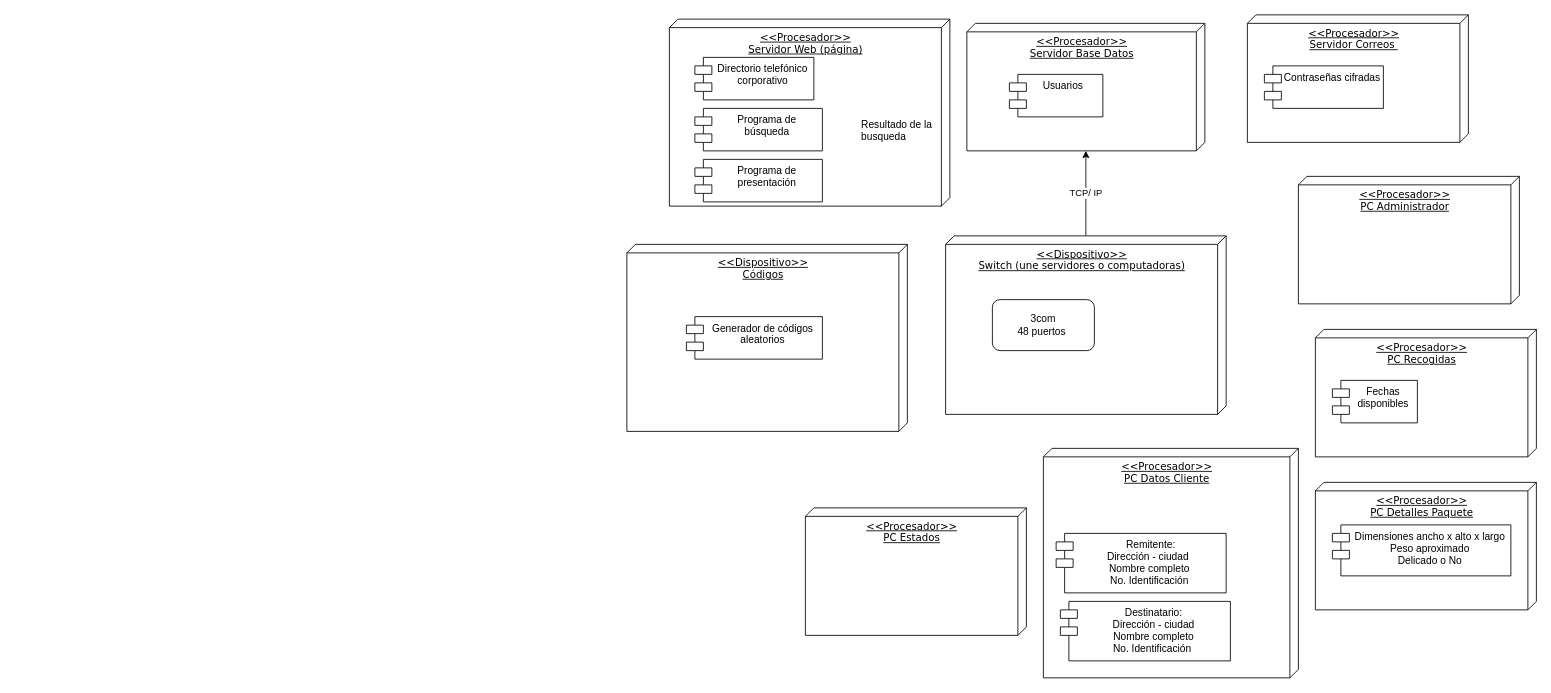
Above: Diagrama despliegue.drawio in Jeimy121/RecogidaDePaquetes (draw.io), before the change. Source tidied: cells renumbered, new cells numbered last; positions are measured from the earlier drawing's top-left corner, leaving out a move shared by most shapes. Both pictures are drawn from the tidied source at 85%, with x=0, y=0 at pixel (626, 14).
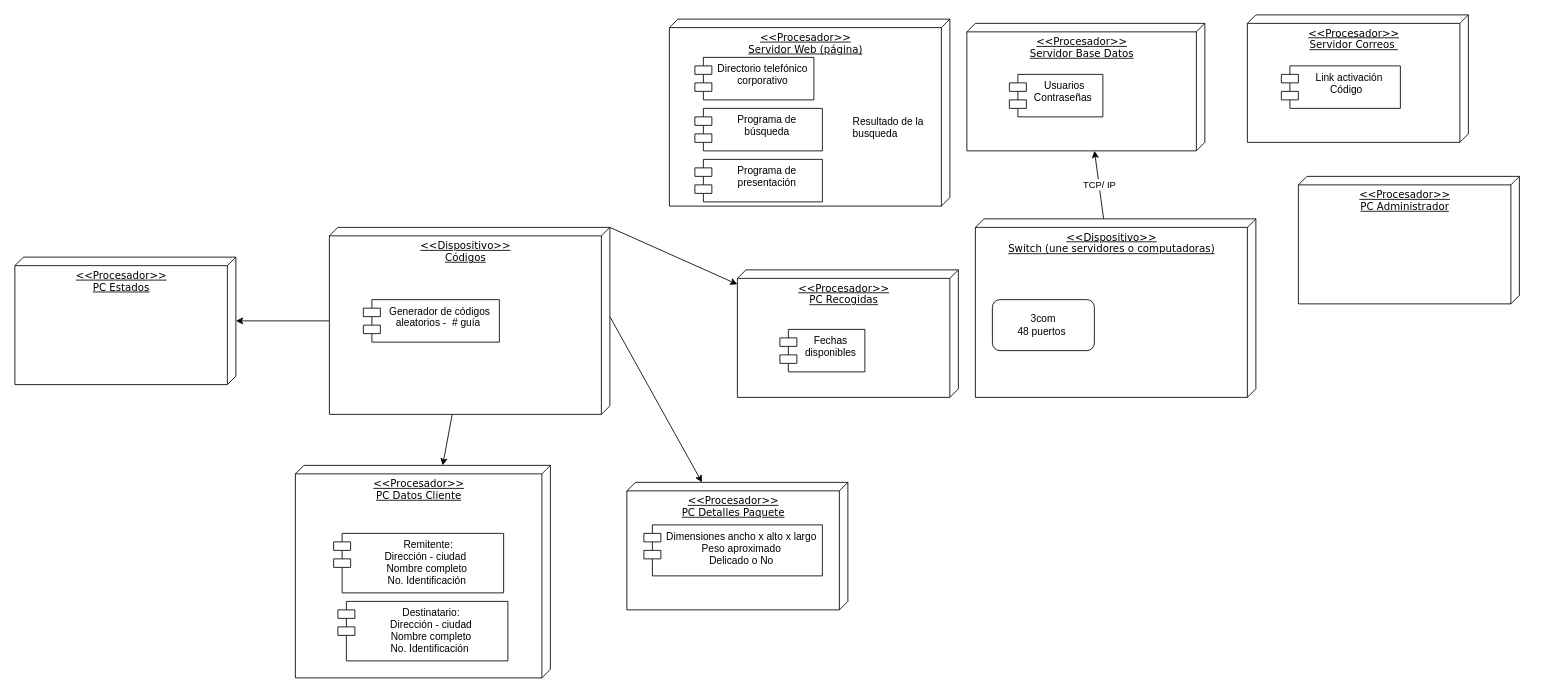
The same page after the edit.

Change to the diagram source:
```diff
@@
     <mxCell id="3" value="&amp;lt;&amp;lt;Dispositivo&amp;gt;&amp;gt;&lt;br&gt;Switch (une servidores o computadoras)" style="verticalAlign=top;align=center;spacingTop=8;spacingLeft=2;spacingRight=12;shape=cube;size=10;direction=south;fontStyle=4;html=1;rounded=0;shadow=0;comic=0;labelBackgroundColor=none;strokeWidth=1;fontFamily=Verdana;fontSize=12;" parent="1" vertex="1">
-      <mxGeometry x="375" y="260" width="330" height="210" as="geometry" />
+      <mxGeometry x="410" y="240" width="330" height="210" as="geometry" />
     </mxCell>
@@
     <mxCell id="7" value="&amp;lt;&amp;lt;Procesador&amp;gt;&amp;gt;&lt;br&gt;PC Recogidas" style="verticalAlign=top;align=center;spacingTop=8;spacingLeft=2;spacingRight=12;shape=cube;size=10;direction=south;fontStyle=4;html=1;rounded=0;shadow=0;comic=0;labelBackgroundColor=none;strokeWidth=1;fontFamily=Verdana;fontSize=12;" parent="1" vertex="1">
-      <mxGeometry x="810" y="370" width="260" height="150" as="geometry" />
+      <mxGeometry x="130" y="300" width="260" height="150" as="geometry" />
     </mxCell>
@@
     <mxCell id="9" value="&amp;lt;&amp;lt;Procesador&amp;gt;&amp;gt;&lt;br&gt;PC Detalles Paquete&lt;br&gt;" style="verticalAlign=top;align=center;spacingTop=8;spacingLeft=2;spacingRight=12;shape=cube;size=10;direction=south;fontStyle=4;html=1;rounded=0;shadow=0;comic=0;labelBackgroundColor=none;strokeWidth=1;fontFamily=Verdana;fontSize=12;" parent="1" vertex="1">
-      <mxGeometry x="810" y="550" width="260" height="150" as="geometry" />
+      <mxGeometry y="550" width="260" height="150" as="geometry" />
     </mxCell>
+    <mxCell id="25" style="edgeStyle=none;rounded=0;jettySize=auto;html=1;" parent="1" edge="1" source="10" target="12">
+      <mxGeometry relative="1" as="geometry" />
+    </mxCell>
+    <mxCell id="26" style="edgeStyle=none;rounded=0;jettySize=auto;html=1;exitX=0;exitY=0;exitDx=105;exitDy=0;exitPerimeter=0;" parent="1" edge="1" source="10" target="9">
+      <mxGeometry relative="1" as="geometry" />
+    </mxCell>
+    <mxCell id="27" style="edgeStyle=none;rounded=0;jettySize=auto;html=1;exitX=0;exitY=0;exitDx=0;exitDy=0;exitPerimeter=0;" parent="1" edge="1" source="10" target="7">
+      <mxGeometry relative="1" as="geometry" />
+    </mxCell>
+    <mxCell id="28" style="edgeStyle=none;rounded=0;jettySize=auto;html=1;" parent="1" edge="1" source="10" target="13">
+      <mxGeometry relative="1" as="geometry" />
+    </mxCell>
     <mxCell id="10" value="&amp;lt;&amp;lt;Dispositivo&amp;gt;&amp;gt;&lt;br&gt;Códigos" style="verticalAlign=top;align=center;spacingTop=8;spacingLeft=2;spacingRight=12;shape=cube;size=10;direction=south;fontStyle=4;html=1;rounded=0;shadow=0;comic=0;labelBackgroundColor=none;strokeWidth=1;fontFamily=Verdana;fontSize=12;" parent="1" vertex="1">
-      <mxGeometry y="270" width="330" height="220" as="geometry" />
+      <mxGeometry x="-350" y="250" width="330" height="220" as="geometry" />
     </mxCell>
@@
     <mxCell id="12" value="&amp;lt;&amp;lt;Procesador&amp;gt;&amp;gt;&lt;br&gt;PC Datos Cliente" style="verticalAlign=top;align=center;spacingTop=8;spacingLeft=2;spacingRight=12;shape=cube;size=10;direction=south;fontStyle=4;html=1;rounded=0;shadow=0;comic=0;labelBackgroundColor=none;strokeWidth=1;fontFamily=Verdana;fontSize=12;" parent="1" vertex="1">
-      <mxGeometry x="490" y="510" width="300" height="270" as="geometry" />
+      <mxGeometry x="-390" y="530" width="300" height="250" as="geometry" />
     </mxCell>
     <mxCell id="13" value="&amp;lt;&amp;lt;Procesador&amp;gt;&amp;gt;&lt;br&gt;PC Estados" style="verticalAlign=top;align=center;spacingTop=8;spacingLeft=2;spacingRight=12;shape=cube;size=10;direction=south;fontStyle=4;html=1;rounded=0;shadow=0;comic=0;labelBackgroundColor=none;strokeWidth=1;fontFamily=Verdana;fontSize=12;" parent="1" vertex="1">
-      <mxGeometry x="210" y="580" width="260" height="150" as="geometry" />
+      <mxGeometry x="-720" y="285" width="260" height="150" as="geometry" />
     </mxCell>
@@
     <mxCell id="16" value="Resultado de la&#10;busqueda" style="text;strokeColor=none;fillColor=none;align=left;verticalAlign=top;spacingLeft=4;spacingRight=4;overflow=hidden;" parent="1" vertex="1">
-      <mxGeometry x="270" y="116" width="100" height="38" as="geometry" />
+      <mxGeometry x="260" y="112" width="100" height="38" as="geometry" />
     </mxCell>
-    <mxCell id="17" value="Contraseñas cifradas" style="shape=module;align=left;spacingLeft=20;align=center;verticalAlign=top;" parent="1" vertex="1">
-      <mxGeometry x="750" y="60" width="140" height="50" as="geometry" />
+    <mxCell id="17" value="Link activación&#10;Código  &#10;&#10;" style="shape=module;align=left;spacingLeft=20;align=center;verticalAlign=top;" parent="1" vertex="1">
+      <mxGeometry x="770" y="60" width="140" height="50" as="geometry" />
     </mxCell>
-    <mxCell id="18" value="Usuarios &#10;" style="shape=module;align=left;spacingLeft=20;align=center;verticalAlign=top;" parent="1" vertex="1">
+    <mxCell id="18" value="Usuarios&#10;Contraseñas &#10;" style="shape=module;align=left;spacingLeft=20;align=center;verticalAlign=top;" parent="1" vertex="1">
       <mxGeometry x="450" y="70" width="110" height="50" as="geometry" />
     </mxCell>
@@
-    <mxCell id="20" value="Generador de códigos&#10;aleatorios" style="shape=module;align=left;spacingLeft=20;align=center;verticalAlign=top;" parent="1" vertex="1">
-      <mxGeometry x="70" y="355" width="160" height="50" as="geometry" />
+    <mxCell id="20" value="Generador de códigos&#10;aleatorios -  # guía " style="shape=module;align=left;spacingLeft=20;align=center;verticalAlign=top;" parent="1" vertex="1">
+      <mxGeometry x="-310" y="335" width="160" height="50" as="geometry" />
     </mxCell>
     <mxCell id="21" value="Fechas &#10;disponibles" style="shape=module;align=left;spacingLeft=20;align=center;verticalAlign=top;" parent="1" vertex="1">
-      <mxGeometry x="830" y="430" width="100" height="50" as="geometry" />
+      <mxGeometry x="180" y="370" width="100" height="50" as="geometry" />
     </mxCell>
     <mxCell id="22" value="Dimensiones ancho x alto x largo&#10;Peso aproximado&#10;Delicado o No" style="shape=module;align=left;spacingLeft=20;align=center;verticalAlign=top;" parent="1" vertex="1">
-      <mxGeometry x="830" y="600" width="210" height="60" as="geometry" />
+      <mxGeometry x="20" y="600" width="210" height="60" as="geometry" />
     </mxCell>
     <mxCell id="23" value=" Remitente:&#10;Dirección - ciudad &#10;Nombre completo&#10;No. Identificación&#10;" style="shape=module;align=left;spacingLeft=20;align=center;verticalAlign=top;" parent="1" vertex="1">
-      <mxGeometry x="505" y="610" width="200" height="70" as="geometry" />
+      <mxGeometry x="-345" y="610" width="200" height="70" as="geometry" />
     </mxCell>
     <mxCell id="24" value="Destinatario:&#10;Dirección - ciudad&#10;Nombre completo&#10;No. Identificación " style="shape=module;align=left;spacingLeft=20;align=center;verticalAlign=top;" parent="1" vertex="1">
-      <mxGeometry x="510" y="690" width="200" height="70" as="geometry" />
+      <mxGeometry x="-340" y="690" width="200" height="70" as="geometry" />
     </mxCell>
```
